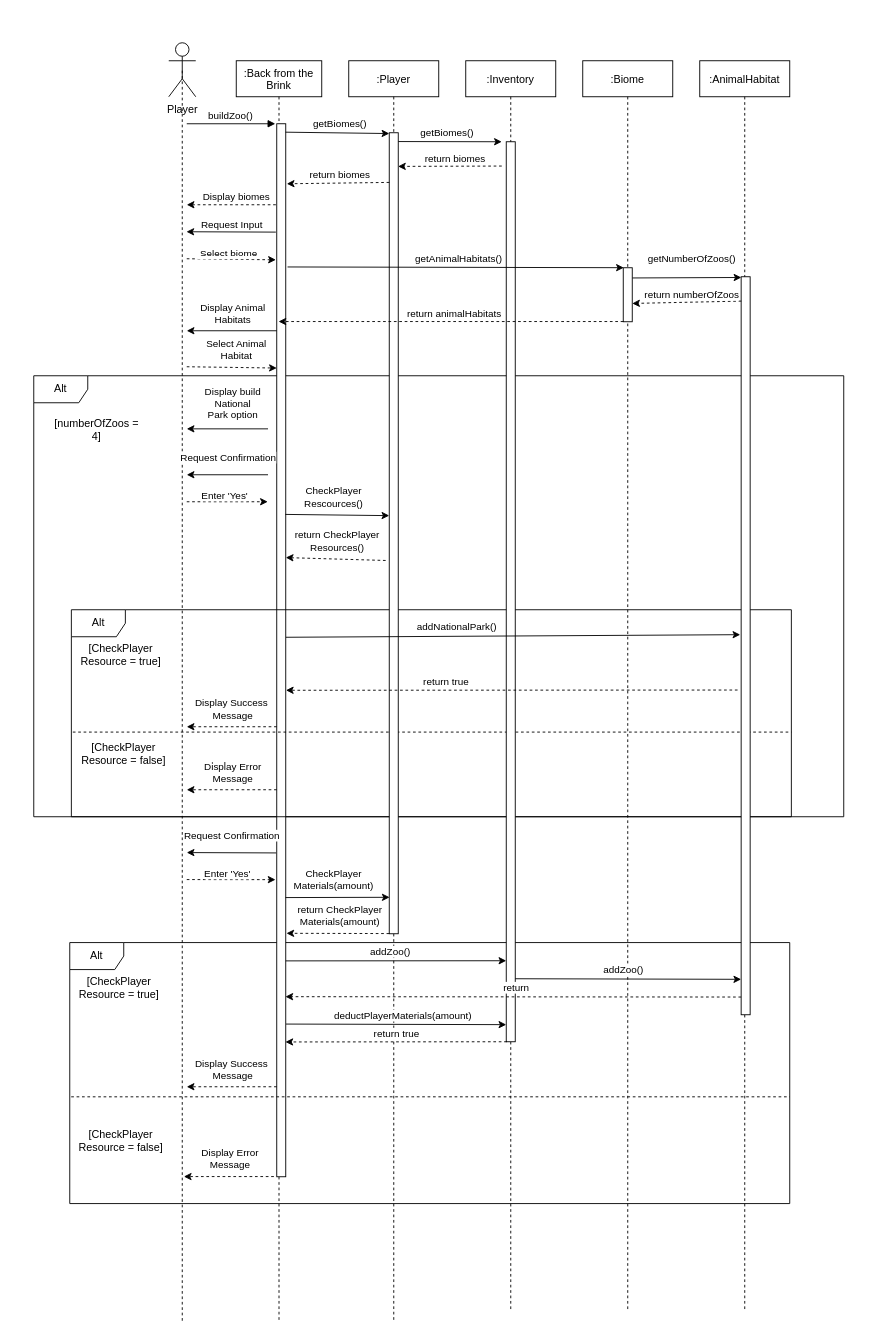
Before: Documentation/Sequence Diagrams/Build Zoo (Draft).drawio in cmcgarry5/csc2058-2021-g25, a draw.io diagram. Source tidied: cells renumbered, new cells numbered last; positions are measured from the earlier drawing's top-left corner, leaving out a move shared by most shapes. Both pictures are drawn from the tidied source at 90%, with x=0, y=0 at pixel (33, 42).
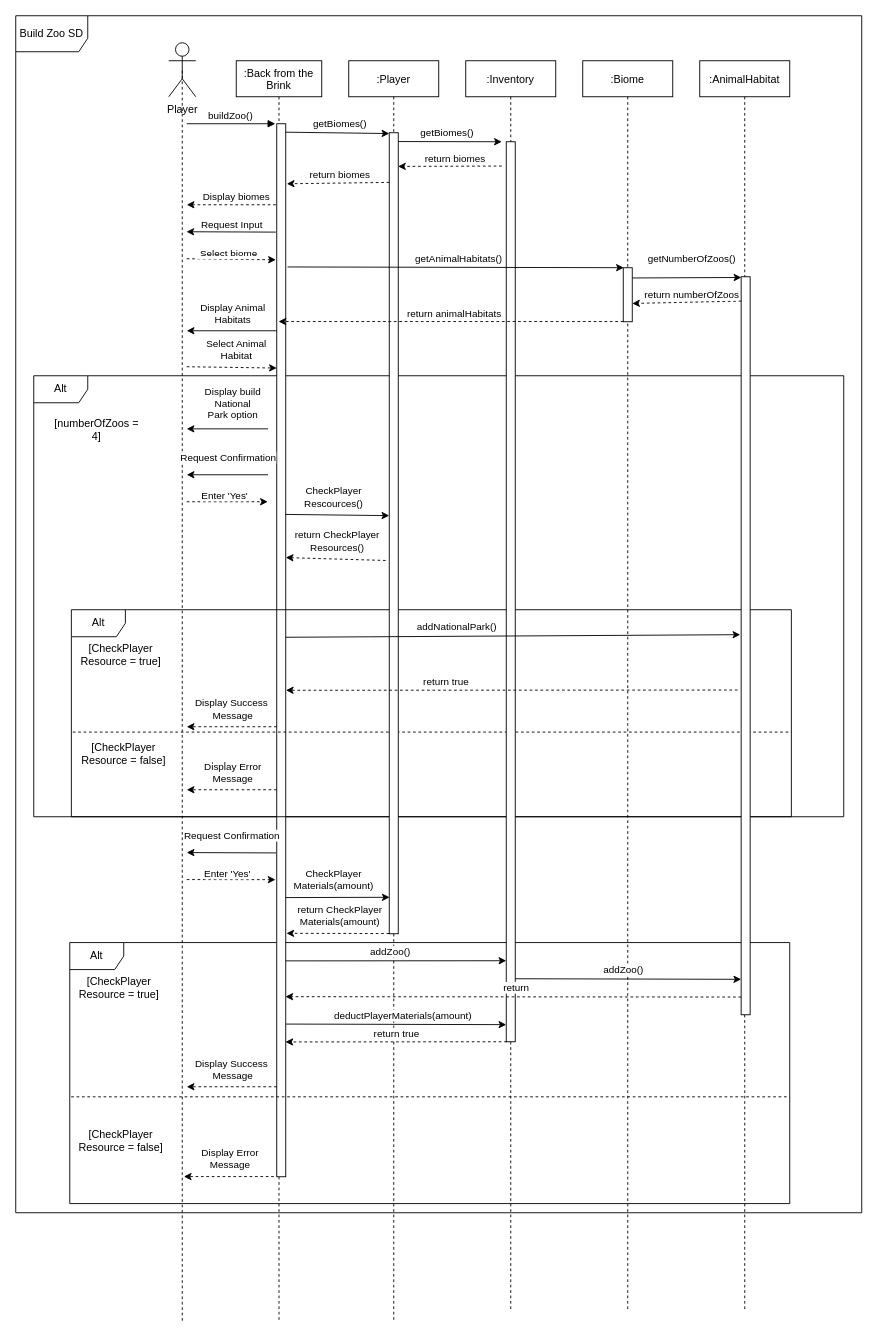
Above is the later version.

What changed in the source:
```diff
@@
+    <mxCell id="90" value="Build Zoo SD" style="shape=umlFrame;whiteSpace=wrap;html=1;width=80;height=40;" parent="1" vertex="1">
+      <mxGeometry x="-20" y="-30" width="940" height="1330" as="geometry" />
+    </mxCell>
```
